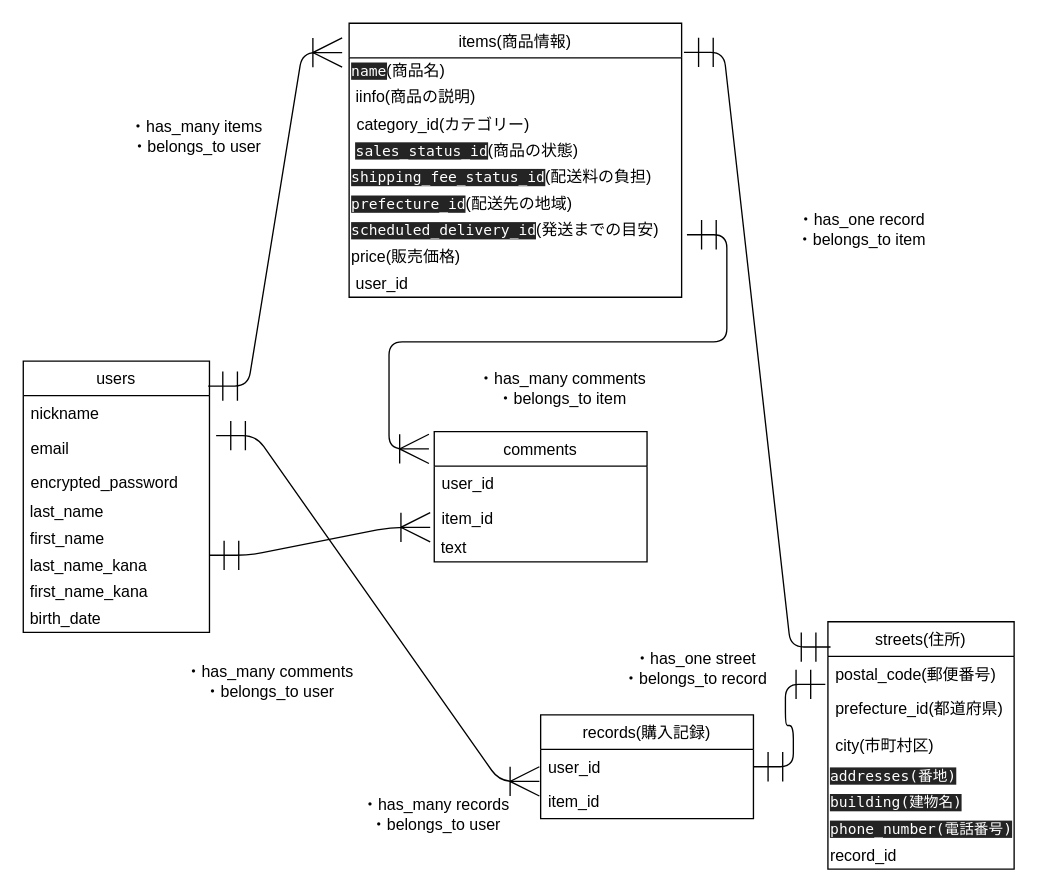
The draw.io diagram Draw.drawio in daikichi86/furima-28196, before the edit. Source tidied: cells renumbered, new cells numbered last; positions are measured from the earlier drawing's top-left corner, leaving out a move shared by most shapes. Both pictures are drawn from the tidied source at 133%, with x=0, y=0 at pixel (23, 23).
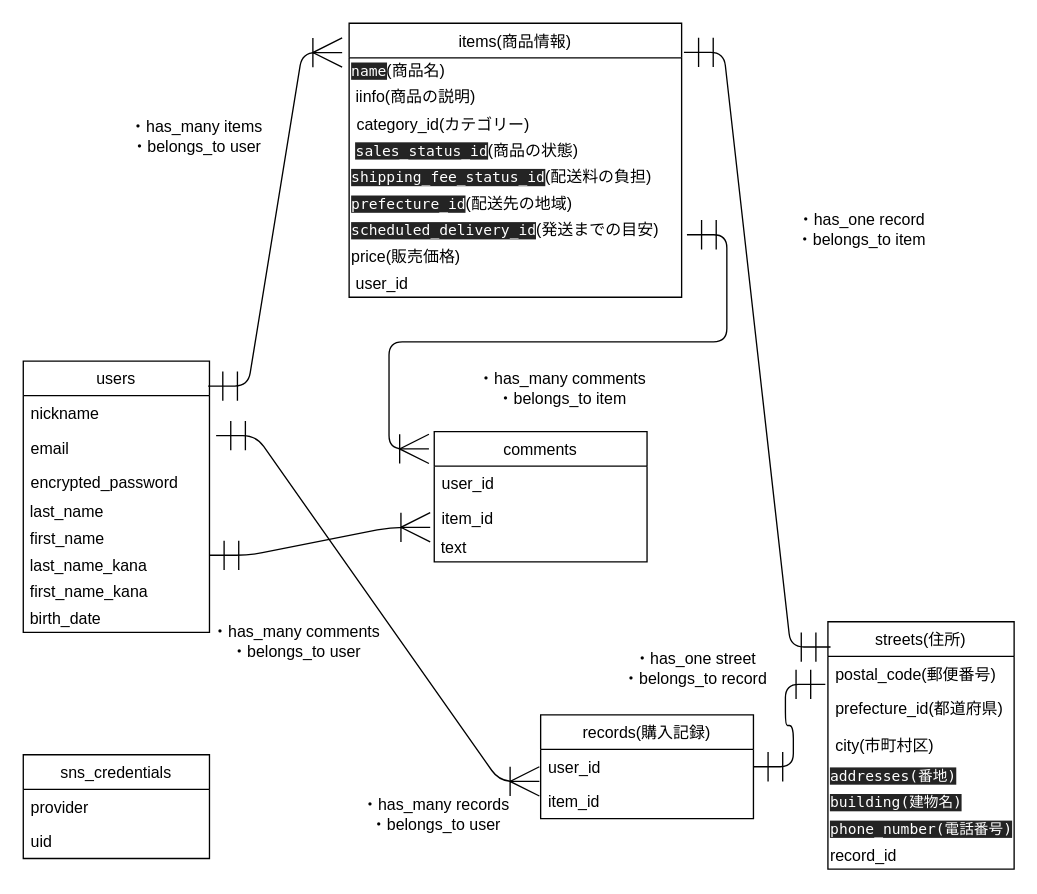
After the change.

Commit message:
SNS認証によるログイン

Diff of the diagram source:
```diff
@@
     <mxCell id="46" value="・has_many comments&lt;br&gt;・belongs_to user" style="text;html=1;align=center;verticalAlign=middle;" parent="1" vertex="1">
-      <mxGeometry x="115" y="480" width="140" height="30" as="geometry" />
+      <mxGeometry x="135" y="450" width="140" height="30" as="geometry" />
     </mxCell>
@@
+    <mxCell id="48" value="sns_credentials" style="swimlane;fontStyle=0;horizontal=1;startSize=26;fillColor=none;" parent="1" vertex="1">
+      <mxGeometry y="550" width="140" height="78" as="geometry" />
+    </mxCell>
+    <mxCell id="49" value="provider" style="text;strokeColor=none;fillColor=none;align=left;verticalAlign=top;spacingLeft=4;spacingRight=4;overflow=hidden;" parent="48" vertex="1">
+      <mxGeometry y="26" width="140" height="26" as="geometry" />
+    </mxCell>
+    <mxCell id="50" value="uid" style="text;strokeColor=none;fillColor=none;align=left;verticalAlign=top;spacingLeft=4;spacingRight=4;overflow=hidden;" parent="48" vertex="1">
+      <mxGeometry y="52" width="140" height="26" as="geometry" />
+    </mxCell>
```
